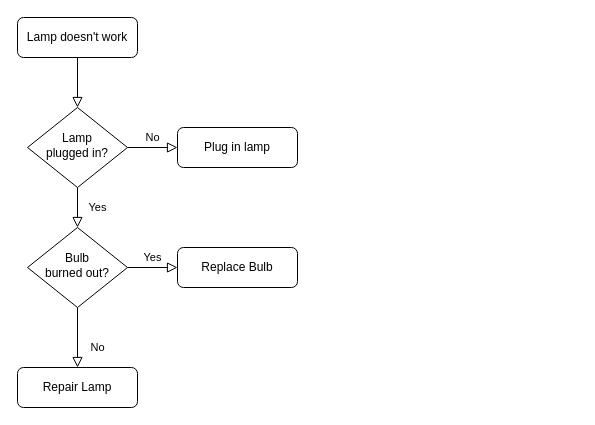
Before: Design/Untitled Diagram.drawio in mvteclat/SolidarityCard, a draw.io diagram. Source tidied: cells renumbered, new cells numbered last; positions are measured from the earlier drawing's top-left corner, leaving out a move shared by most shapes. Both pictures are drawn from the tidied source at 100%, with x=0, y=0 at pixel (17, 17).
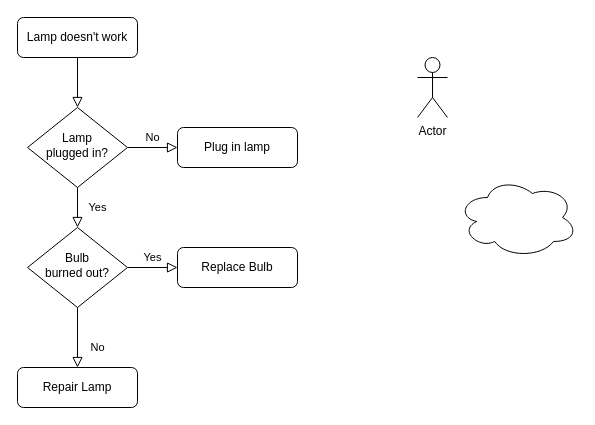
The same page after the edit.

The edit, as a diff of the source:
```diff
@@
 <mxGraphModel>
   <root>
     <mxCell id="0" />
     <mxCell id="1" parent="0" />
     <mxCell id="2" style="rounded=0;html=1;jettySize=auto;fontSize=11;endArrow=block;endFill=0;endSize=8;strokeWidth=1;shadow=0;labelBackgroundColor=none;edgeStyle=orthogonalEdgeStyle;" parent="1" edge="1" source="3" target="6">
       <mxGeometry relative="1" as="geometry" />
     </mxCell>
     <mxCell id="3" value="Lamp doesn't work" style="rounded=1;whiteSpace=wrap;html=1;fontSize=12;glass=0;strokeWidth=1;shadow=0;" parent="1" vertex="1">
       <mxGeometry width="120" height="40" as="geometry" />
     </mxCell>
     <mxCell id="4" value="Yes" style="rounded=0;html=1;jettySize=auto;fontSize=11;endArrow=block;endFill=0;endSize=8;strokeWidth=1;shadow=0;labelBackgroundColor=none;edgeStyle=orthogonalEdgeStyle;" parent="1" edge="1" source="6" target="10">
       <mxGeometry y="20" relative="1" as="geometry" />
     </mxCell>
     <mxCell id="5" value="No" style="edgeStyle=orthogonalEdgeStyle;rounded=0;html=1;jettySize=auto;fontSize=11;endArrow=block;endFill=0;endSize=8;strokeWidth=1;shadow=0;labelBackgroundColor=none;" parent="1" edge="1" source="6" target="7">
       <mxGeometry y="10" relative="1" as="geometry" />
     </mxCell>
     <mxCell id="6" value="Lamp&lt;br&gt;plugged in?" style="rhombus;whiteSpace=wrap;html=1;shadow=0;fontFamily=Helvetica;fontSize=12;align=center;strokeWidth=1;spacing=6;spacingTop=-4;" parent="1" vertex="1">
       <mxGeometry x="10" y="90" width="100" height="80" as="geometry" />
     </mxCell>
     <mxCell id="7" value="Plug in lamp" style="rounded=1;whiteSpace=wrap;html=1;fontSize=12;glass=0;strokeWidth=1;shadow=0;" parent="1" vertex="1">
       <mxGeometry x="160" y="110" width="120" height="40" as="geometry" />
     </mxCell>
     <mxCell id="8" value="No" style="rounded=0;html=1;jettySize=auto;fontSize=11;endArrow=block;endFill=0;endSize=8;strokeWidth=1;shadow=0;labelBackgroundColor=none;edgeStyle=orthogonalEdgeStyle;" parent="1" edge="1" source="10" target="11">
       <mxGeometry x="0.33" y="20" relative="1" as="geometry" />
     </mxCell>
     <mxCell id="9" value="Yes" style="edgeStyle=orthogonalEdgeStyle;rounded=0;html=1;jettySize=auto;fontSize=11;endArrow=block;endFill=0;endSize=8;strokeWidth=1;shadow=0;labelBackgroundColor=none;" parent="1" edge="1" source="10" target="12">
       <mxGeometry y="10" relative="1" as="geometry" />
     </mxCell>
     <mxCell id="10" value="Bulb&lt;br&gt;burned out?" style="rhombus;whiteSpace=wrap;html=1;shadow=0;fontFamily=Helvetica;fontSize=12;align=center;strokeWidth=1;spacing=6;spacingTop=-4;" parent="1" vertex="1">
       <mxGeometry x="10" y="210" width="100" height="80" as="geometry" />
     </mxCell>
     <mxCell id="11" value="Repair Lamp" style="rounded=1;whiteSpace=wrap;html=1;fontSize=12;glass=0;strokeWidth=1;shadow=0;" parent="1" vertex="1">
       <mxGeometry y="350" width="120" height="40" as="geometry" />
     </mxCell>
     <mxCell id="12" value="Replace Bulb" style="rounded=1;whiteSpace=wrap;html=1;fontSize=12;glass=0;strokeWidth=1;shadow=0;" parent="1" vertex="1">
       <mxGeometry x="160" y="230" width="120" height="40" as="geometry" />
     </mxCell>
+    <mxCell id="13" value="Actor" style="shape=umlActor;verticalLabelPosition=bottom;labelBackgroundColor=#ffffff;verticalAlign=top;html=1;" parent="1" vertex="1">
+      <mxGeometry x="400" y="40" width="30" height="60" as="geometry" />
+    </mxCell>
+    <mxCell id="14" style="ellipse;shape=cloud;whiteSpace=wrap;html=1;" parent="1" vertex="1">
+      <mxGeometry x="440" y="160" width="120" height="80" as="geometry" />
+    </mxCell>
   </root>
 </mxGraphModel>
```
